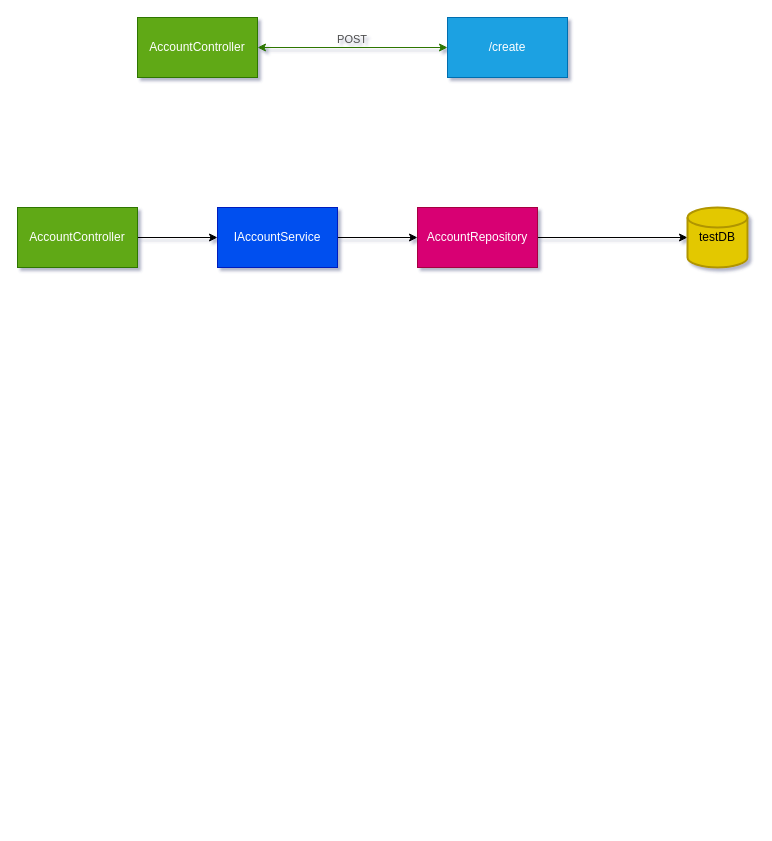
Above: docs/Untitled Diagram.drawio in ccweerasinghe1994/MasterMicroserviceswithSpringBoot-Docker-Kubernetes (draw.io), before the change. Source tidied: cells renumbered, new cells numbered last; positions are measured from the earlier drawing's top-left corner, leaving out a move shared by most shapes. Both pictures are drawn from the tidied source at 100%, with x=0, y=0 at pixel (17, 17).
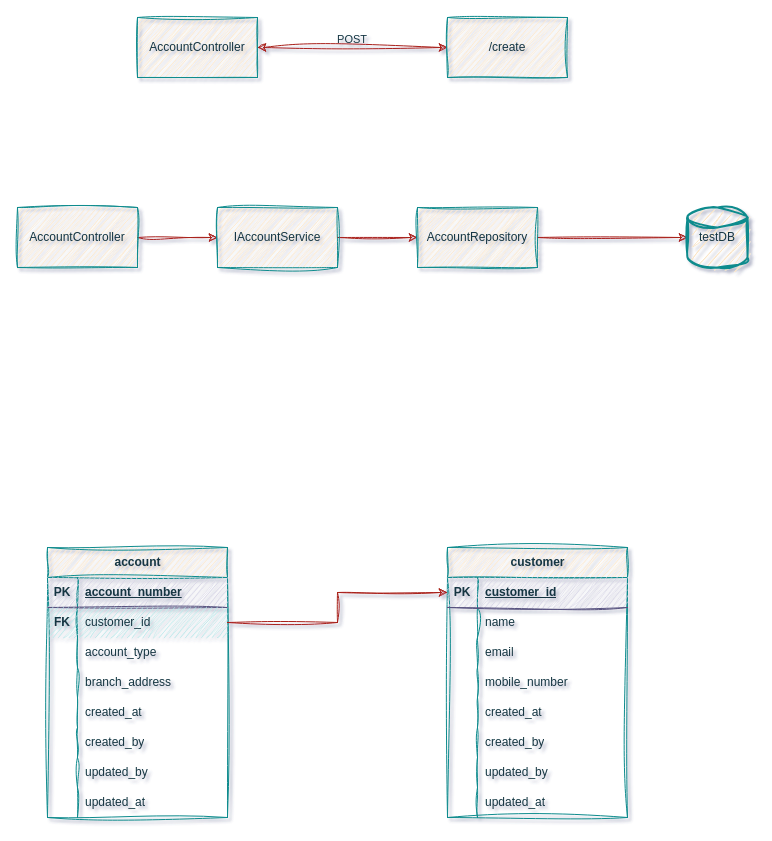
The same page after the edit.

Commit message (it also covers changes not shown here):
finishing the account create method

The edit, as a diff of the source:
```diff
@@
-    <mxCell id="2" style="edgeStyle=orthogonalEdgeStyle;rounded=0;jettySize=auto;html=1;startArrow=classic;startFill=1;fillColor=#60a917;strokeColor=#2D7600;" parent="1" edge="1" source="4" target="5">
+    <mxCell id="2" style="edgeStyle=orthogonalEdgeStyle;rounded=0;jettySize=auto;html=1;startArrow=classic;startFill=1;fillColor=#FAE5C7;strokeColor=#A8201A;sketch=1;curveFitting=1;jiggle=2;labelBackgroundColor=none;fontColor=default;" parent="1" edge="1" source="4" target="5">
       <mxGeometry relative="1" as="geometry" />
     </mxCell>
-    <mxCell id="3" value="POST" style="edgeLabel;html=1;align=right;verticalAlign=bottom;labelPosition=left;verticalLabelPosition=top;textDirection=ltr;labelBackgroundColor=none;textShadow=0;fontColor=#4D4D4D;" parent="2" vertex="1">
+    <mxCell id="3" value="POST" style="edgeLabel;html=1;align=right;verticalAlign=bottom;labelPosition=left;verticalLabelPosition=top;textDirection=ltr;labelBackgroundColor=none;textShadow=0;fontColor=#143642;sketch=1;curveFitting=1;jiggle=2;" parent="2" vertex="1">
       <mxGeometry x="-0.22" y="-1" relative="1" as="geometry">
         <mxPoint x="36" y="-1" as="offset" />
       </mxGeometry>
     </mxCell>
-    <mxCell id="4" value="AccountController" style="rounded=0;whiteSpace=wrap;html=1;fillColor=#60a917;fontColor=#ffffff;strokeColor=#2D7600;" parent="1" vertex="1">
+    <mxCell id="4" value="AccountController" style="rounded=0;whiteSpace=wrap;html=1;fillColor=#FAE5C7;fontColor=#143642;strokeColor=#0F8B8D;sketch=1;curveFitting=1;jiggle=2;labelBackgroundColor=none;" parent="1" vertex="1">
       <mxGeometry x="120" width="120" height="60" as="geometry" />
     </mxCell>
-    <mxCell id="5" value="/create" style="rounded=0;whiteSpace=wrap;html=1;fillColor=#1ba1e2;fontColor=#ffffff;strokeColor=#006EAF;" parent="1" vertex="1">
+    <mxCell id="5" value="/create" style="rounded=0;whiteSpace=wrap;html=1;fillColor=#FAE5C7;fontColor=#143642;strokeColor=#0F8B8D;sketch=1;curveFitting=1;jiggle=2;labelBackgroundColor=none;" parent="1" vertex="1">
       <mxGeometry x="430" width="120" height="60" as="geometry" />
     </mxCell>
-    <mxCell id="6" style="edgeStyle=orthogonalEdgeStyle;rounded=0;jettySize=auto;html=1;" parent="1" edge="1" source="7" target="9">
+    <mxCell id="6" style="edgeStyle=orthogonalEdgeStyle;rounded=0;jettySize=auto;html=1;sketch=1;curveFitting=1;jiggle=2;labelBackgroundColor=none;strokeColor=#A8201A;fontColor=default;" parent="1" edge="1" source="7" target="9">
       <mxGeometry relative="1" as="geometry" />
     </mxCell>
-    <mxCell id="7" value="AccountController" style="rounded=0;whiteSpace=wrap;html=1;fillColor=#60a917;fontColor=#ffffff;strokeColor=#2D7600;" parent="1" vertex="1">
+    <mxCell id="7" value="AccountController" style="rounded=0;whiteSpace=wrap;html=1;fillColor=#FAE5C7;fontColor=#143642;strokeColor=#0F8B8D;sketch=1;curveFitting=1;jiggle=2;labelBackgroundColor=none;" parent="1" vertex="1">
       <mxGeometry y="190" width="120" height="60" as="geometry" />
     </mxCell>
-    <mxCell id="8" style="edgeStyle=orthogonalEdgeStyle;rounded=0;jettySize=auto;html=1;" parent="1" edge="1" source="9" target="11">
+    <mxCell id="8" style="edgeStyle=orthogonalEdgeStyle;rounded=0;jettySize=auto;html=1;sketch=1;curveFitting=1;jiggle=2;labelBackgroundColor=none;strokeColor=#A8201A;fontColor=default;" parent="1" edge="1" source="9" target="11">
       <mxGeometry relative="1" as="geometry" />
     </mxCell>
-    <mxCell id="9" value="IAccountService" style="rounded=0;whiteSpace=wrap;html=1;fillColor=#0050ef;fontColor=#ffffff;strokeColor=#001DBC;" parent="1" vertex="1">
+    <mxCell id="9" value="IAccountService" style="rounded=0;whiteSpace=wrap;html=1;fillColor=#FAE5C7;fontColor=#143642;strokeColor=#0F8B8D;sketch=1;curveFitting=1;jiggle=2;labelBackgroundColor=none;" parent="1" vertex="1">
       <mxGeometry x="200" y="190" width="120" height="60" as="geometry" />
     </mxCell>
-    <mxCell id="10" style="edgeStyle=orthogonalEdgeStyle;rounded=0;jettySize=auto;html=1;" parent="1" edge="1" source="11" target="12">
+    <mxCell id="10" style="edgeStyle=orthogonalEdgeStyle;rounded=0;jettySize=auto;html=1;sketch=1;curveFitting=1;jiggle=2;labelBackgroundColor=none;strokeColor=#A8201A;fontColor=default;" parent="1" edge="1" source="11" target="12">
       <mxGeometry relative="1" as="geometry" />
     </mxCell>
-    <mxCell id="11" value="AccountRepository" style="rounded=0;whiteSpace=wrap;html=1;fillColor=#d80073;fontColor=#ffffff;strokeColor=#A50040;" parent="1" vertex="1">
+    <mxCell id="11" value="AccountRepository" style="rounded=0;whiteSpace=wrap;html=1;fillColor=#FAE5C7;fontColor=#143642;strokeColor=#0F8B8D;sketch=1;curveFitting=1;jiggle=2;labelBackgroundColor=none;" parent="1" vertex="1">
       <mxGeometry x="400" y="190" width="120" height="60" as="geometry" />
     </mxCell>
-    <mxCell id="12" value="testDB" style="strokeWidth=2;html=1;shape=mxgraph.flowchart.database;whiteSpace=wrap;fillColor=#e3c800;fontColor=#000000;strokeColor=#B09500;" parent="1" vertex="1">
+    <mxCell id="12" value="testDB" style="strokeWidth=2;html=1;shape=mxgraph.flowchart.database;whiteSpace=wrap;fillColor=#FAE5C7;fontColor=#143642;strokeColor=#0F8B8D;sketch=1;curveFitting=1;jiggle=2;labelBackgroundColor=none;" parent="1" vertex="1">
       <mxGeometry x="670" y="190" width="60" height="60" as="geometry" />
     </mxCell>
+    <mxCell id="13" value="account" style="shape=table;startSize=30;childLayout=tableLayout;rowLines=0;fontStyle=1;align=center;html=1;swimlaneFillColor=none;fillColor=#FAE5C7;fontColor=#143642;strokeColor=#0F8B8D;strokeWidth=1;sketch=1;curveFitting=1;jiggle=2;labelBackgroundColor=none;" parent="1" vertex="1">
+      <mxGeometry x="30" y="530" width="180" height="270" as="geometry" />
+    </mxCell>
+    <mxCell id="14" style="shape=tableRow;horizontal=0;startSize=0;swimlaneHead=0;swimlaneBody=0;fillColor=#d0cee2;top=0;left=0;right=0;bottom=1;sketch=1;curveFitting=1;jiggle=2;labelBackgroundColor=none;strokeColor=#56517e;" parent="13" vertex="1">
+      <mxGeometry y="30" width="180" height="30" as="geometry" />
+    </mxCell>
+    <mxCell id="15" value="PK" style="shape=partialRectangle;fillColor=none;top=0;left=0;bottom=0;right=0;fontStyle=1;overflow=hidden;whiteSpace=wrap;html=1;sketch=1;curveFitting=1;jiggle=2;labelBackgroundColor=none;strokeColor=#0F8B8D;fontColor=#143642;" parent="14" vertex="1">
+      <mxGeometry width="30" height="30" as="geometry" />
+    </mxCell>
+    <mxCell id="16" value="account_number" style="shape=partialRectangle;fillColor=none;top=0;left=0;bottom=0;right=0;align=left;spacingLeft=6;fontStyle=5;overflow=hidden;whiteSpace=wrap;html=1;sketch=1;curveFitting=1;jiggle=2;labelBackgroundColor=none;strokeColor=#0F8B8D;fontColor=#143642;" parent="14" vertex="1">
+      <mxGeometry x="30" width="150" height="30" as="geometry" />
+    </mxCell>
+    <mxCell id="17" style="shape=tableRow;horizontal=0;startSize=0;swimlaneHead=0;swimlaneBody=0;fillColor=#b0e3e6;points=[[0,0.5],[1,0.5]];portConstraint=eastwest;top=0;left=0;right=0;bottom=0;sketch=1;curveFitting=1;jiggle=2;labelBackgroundColor=none;strokeColor=#0e8088;swimlaneLine=1;shadow=0;labelBorderColor=none;" parent="13" vertex="1">
+      <mxGeometry y="60" width="180" height="30" as="geometry" />
+    </mxCell>
+    <mxCell id="18" value="&lt;b&gt;FK&lt;/b&gt;" style="shape=partialRectangle;fillColor=none;top=0;left=0;bottom=0;right=0;overflow=hidden;whiteSpace=wrap;html=1;sketch=1;curveFitting=1;jiggle=2;labelBackgroundColor=none;strokeColor=#0F8B8D;fontColor=#143642;" parent="17" vertex="1">
+      <mxGeometry width="30" height="30" as="geometry" />
+    </mxCell>
+    <mxCell id="19" value="customer_id" style="shape=partialRectangle;fillColor=none;top=0;left=0;bottom=0;right=0;align=left;spacingLeft=6;overflow=hidden;whiteSpace=wrap;html=1;sketch=1;curveFitting=1;jiggle=2;labelBackgroundColor=none;strokeColor=#0F8B8D;fontColor=#143642;" parent="17" vertex="1">
+      <mxGeometry x="30" width="150" height="30" as="geometry" />
+    </mxCell>
+    <mxCell id="20" style="shape=tableRow;horizontal=0;startSize=0;swimlaneHead=0;swimlaneBody=0;fillColor=none;top=0;left=0;right=0;bottom=0;sketch=1;curveFitting=1;jiggle=2;labelBackgroundColor=none;strokeColor=#0F8B8D;fontColor=#143642;" parent="13" vertex="1">
+      <mxGeometry y="90" width="180" height="30" as="geometry" />
+    </mxCell>
+    <mxCell id="21" style="shape=partialRectangle;fillColor=none;top=0;left=0;bottom=0;right=0;overflow=hidden;whiteSpace=wrap;html=1;sketch=1;curveFitting=1;jiggle=2;labelBackgroundColor=none;strokeColor=#0F8B8D;fontColor=#143642;" parent="20" vertex="1">
+      <mxGeometry width="30" height="30" as="geometry" />
+    </mxCell>
+    <mxCell id="22" value="account_type" style="shape=partialRectangle;fillColor=none;top=0;left=0;bottom=0;right=0;align=left;spacingLeft=6;overflow=hidden;whiteSpace=wrap;html=1;sketch=1;curveFitting=1;jiggle=2;labelBackgroundColor=none;strokeColor=#0F8B8D;fontColor=#143642;" parent="20" vertex="1">
+      <mxGeometry x="30" width="150" height="30" as="geometry" />
+    </mxCell>
+    <mxCell id="23" style="shape=tableRow;horizontal=0;startSize=0;swimlaneHead=0;swimlaneBody=0;fillColor=none;top=0;left=0;right=0;bottom=0;sketch=1;curveFitting=1;jiggle=2;labelBackgroundColor=none;strokeColor=#0F8B8D;fontColor=#143642;" parent="13" vertex="1">
+      <mxGeometry y="120" width="180" height="30" as="geometry" />
+    </mxCell>
+    <mxCell id="24" style="shape=partialRectangle;fillColor=none;top=0;left=0;bottom=0;right=0;overflow=hidden;whiteSpace=wrap;html=1;sketch=1;curveFitting=1;jiggle=2;labelBackgroundColor=none;strokeColor=#0F8B8D;fontColor=#143642;" parent="23" vertex="1">
+      <mxGeometry width="30" height="30" as="geometry" />
+    </mxCell>
+    <mxCell id="25" value="branch_address" style="shape=partialRectangle;fillColor=none;top=0;left=0;bottom=0;right=0;align=left;spacingLeft=6;overflow=hidden;whiteSpace=wrap;html=1;sketch=1;curveFitting=1;jiggle=2;labelBackgroundColor=none;strokeColor=#0F8B8D;fontColor=#143642;" parent="23" vertex="1">
+      <mxGeometry x="30" width="150" height="30" as="geometry" />
+    </mxCell>
+    <mxCell id="26" style="shape=tableRow;horizontal=0;startSize=0;swimlaneHead=0;swimlaneBody=0;fillColor=none;top=0;left=0;right=0;bottom=0;sketch=1;curveFitting=1;jiggle=2;labelBackgroundColor=none;strokeColor=#0F8B8D;fontColor=#143642;" parent="13" vertex="1">
+      <mxGeometry y="150" width="180" height="30" as="geometry" />
+    </mxCell>
+    <mxCell id="27" style="shape=partialRectangle;fillColor=none;top=0;left=0;bottom=0;right=0;overflow=hidden;whiteSpace=wrap;html=1;sketch=1;curveFitting=1;jiggle=2;labelBackgroundColor=none;strokeColor=#0F8B8D;fontColor=#143642;" parent="26" vertex="1">
+      <mxGeometry width="30" height="30" as="geometry" />
+    </mxCell>
+    <mxCell id="28" value="created_at" style="shape=partialRectangle;fillColor=none;top=0;left=0;bottom=0;right=0;align=left;spacingLeft=6;overflow=hidden;whiteSpace=wrap;html=1;sketch=1;curveFitting=1;jiggle=2;labelBackgroundColor=none;strokeColor=#0F8B8D;fontColor=#143642;" parent="26" vertex="1">
+      <mxGeometry x="30" width="150" height="30" as="geometry" />
+    </mxCell>
+    <mxCell id="29" style="shape=tableRow;horizontal=0;startSize=0;swimlaneHead=0;swimlaneBody=0;fillColor=none;top=0;left=0;right=0;bottom=0;sketch=1;curveFitting=1;jiggle=2;labelBackgroundColor=none;strokeColor=#0F8B8D;fontColor=#143642;" parent="13" vertex="1">
+      <mxGeometry y="180" width="180" height="30" as="geometry" />
+    </mxCell>
+    <mxCell id="30" style="shape=partialRectangle;fillColor=none;top=0;left=0;bottom=0;right=0;overflow=hidden;whiteSpace=wrap;html=1;sketch=1;curveFitting=1;jiggle=2;labelBackgroundColor=none;strokeColor=#0F8B8D;fontColor=#143642;" parent="29" vertex="1">
+      <mxGeometry width="30" height="30" as="geometry" />
+    </mxCell>
+    <mxCell id="31" value="created_by" style="shape=partialRectangle;fillColor=none;top=0;left=0;bottom=0;right=0;align=left;spacingLeft=6;overflow=hidden;whiteSpace=wrap;html=1;sketch=1;curveFitting=1;jiggle=2;labelBackgroundColor=none;strokeColor=#0F8B8D;fontColor=#143642;" parent="29" vertex="1">
+      <mxGeometry x="30" width="150" height="30" as="geometry" />
+    </mxCell>
+    <mxCell id="32" style="shape=tableRow;horizontal=0;startSize=0;swimlaneHead=0;swimlaneBody=0;fillColor=none;top=0;left=0;right=0;bottom=0;sketch=1;curveFitting=1;jiggle=2;labelBackgroundColor=none;strokeColor=#0F8B8D;fontColor=#143642;" parent="13" vertex="1">
+      <mxGeometry y="210" width="180" height="30" as="geometry" />
+    </mxCell>
+    <mxCell id="33" style="shape=partialRectangle;fillColor=none;top=0;left=0;bottom=0;right=0;overflow=hidden;whiteSpace=wrap;html=1;sketch=1;curveFitting=1;jiggle=2;labelBackgroundColor=none;strokeColor=#0F8B8D;fontColor=#143642;" parent="32" vertex="1">
+      <mxGeometry width="30" height="30" as="geometry" />
+    </mxCell>
+    <mxCell id="34" value="updated_by" style="shape=partialRectangle;fillColor=none;top=0;left=0;bottom=0;right=0;align=left;spacingLeft=6;overflow=hidden;whiteSpace=wrap;html=1;sketch=1;curveFitting=1;jiggle=2;labelBackgroundColor=none;strokeColor=#0F8B8D;fontColor=#143642;" parent="32" vertex="1">
+      <mxGeometry x="30" width="150" height="30" as="geometry" />
+    </mxCell>
+    <mxCell id="35" style="shape=tableRow;horizontal=0;startSize=0;swimlaneHead=0;swimlaneBody=0;fillColor=none;top=0;left=0;right=0;bottom=0;sketch=1;curveFitting=1;jiggle=2;labelBackgroundColor=none;strokeColor=#0F8B8D;fontColor=#143642;" parent="13" vertex="1">
+      <mxGeometry y="240" width="180" height="30" as="geometry" />
+    </mxCell>
+    <mxCell id="36" style="shape=partialRectangle;fillColor=none;top=0;left=0;bottom=0;right=0;overflow=hidden;whiteSpace=wrap;html=1;sketch=1;curveFitting=1;jiggle=2;labelBackgroundColor=none;strokeColor=#0F8B8D;fontColor=#143642;" parent="35" vertex="1">
+      <mxGeometry width="30" height="30" as="geometry" />
+    </mxCell>
+    <mxCell id="37" value="updated_at" style="shape=partialRectangle;fillColor=none;top=0;left=0;bottom=0;right=0;align=left;spacingLeft=6;overflow=hidden;whiteSpace=wrap;html=1;sketch=1;curveFitting=1;jiggle=2;labelBackgroundColor=none;strokeColor=#0F8B8D;fontColor=#143642;" parent="35" vertex="1">
+      <mxGeometry x="30" width="150" height="30" as="geometry" />
+    </mxCell>
+    <mxCell id="38" value="customer" style="shape=table;startSize=30;childLayout=tableLayout;rowLines=0;fontStyle=1;align=center;html=1;sketch=1;curveFitting=1;jiggle=2;labelBackgroundColor=none;fillColor=#FAE5C7;strokeColor=#0F8B8D;fontColor=#143642;" parent="1" vertex="1">
+      <mxGeometry x="430" y="530" width="180" height="270" as="geometry" />
+    </mxCell>
+    <mxCell id="39" style="shape=tableRow;horizontal=0;startSize=0;swimlaneHead=0;swimlaneBody=0;fillColor=#d0cee2;points=[[0,0.5],[1,0.5]];portConstraint=eastwest;top=0;left=0;right=0;bottom=1;sketch=1;curveFitting=1;jiggle=2;labelBackgroundColor=none;strokeColor=#56517e;" parent="38" vertex="1">
+      <mxGeometry y="30" width="180" height="30" as="geometry" />
+    </mxCell>
+    <mxCell id="40" value="PK" style="shape=partialRectangle;fillColor=none;top=0;left=0;bottom=0;right=0;fontStyle=1;overflow=hidden;whiteSpace=wrap;html=1;sketch=1;curveFitting=1;jiggle=2;labelBackgroundColor=none;strokeColor=#0F8B8D;fontColor=#143642;" parent="39" vertex="1">
+      <mxGeometry width="30" height="30" as="geometry" />
+    </mxCell>
+    <mxCell id="41" value="customer_id" style="shape=partialRectangle;fillColor=none;top=0;left=0;bottom=0;right=0;align=left;spacingLeft=6;fontStyle=5;overflow=hidden;whiteSpace=wrap;html=1;sketch=1;curveFitting=1;jiggle=2;labelBackgroundColor=none;strokeColor=#0F8B8D;fontColor=#143642;" parent="39" vertex="1">
+      <mxGeometry x="30" width="150" height="30" as="geometry" />
+    </mxCell>
+    <mxCell id="42" style="shape=tableRow;horizontal=0;startSize=0;swimlaneHead=0;swimlaneBody=0;fillColor=none;top=0;left=0;right=0;bottom=0;sketch=1;curveFitting=1;jiggle=2;labelBackgroundColor=none;strokeColor=#0F8B8D;fontColor=#143642;" parent="38" vertex="1">
+      <mxGeometry y="60" width="180" height="30" as="geometry" />
+    </mxCell>
+    <mxCell id="43" style="shape=partialRectangle;fillColor=none;top=0;left=0;bottom=0;right=0;overflow=hidden;whiteSpace=wrap;html=1;sketch=1;curveFitting=1;jiggle=2;labelBackgroundColor=none;strokeColor=#0F8B8D;fontColor=#143642;" parent="42" vertex="1">
+      <mxGeometry width="30" height="30" as="geometry" />
+    </mxCell>
+    <mxCell id="44" value="name" style="shape=partialRectangle;fillColor=none;top=0;left=0;bottom=0;right=0;align=left;spacingLeft=6;overflow=hidden;whiteSpace=wrap;html=1;sketch=1;curveFitting=1;jiggle=2;labelBackgroundColor=none;strokeColor=#0F8B8D;fontColor=#143642;" parent="42" vertex="1">
+      <mxGeometry x="30" width="150" height="30" as="geometry" />
+    </mxCell>
+    <mxCell id="45" style="shape=tableRow;horizontal=0;startSize=0;swimlaneHead=0;swimlaneBody=0;fillColor=none;top=0;left=0;right=0;bottom=0;sketch=1;curveFitting=1;jiggle=2;labelBackgroundColor=none;strokeColor=#0F8B8D;fontColor=#143642;" parent="38" vertex="1">
+      <mxGeometry y="90" width="180" height="30" as="geometry" />
+    </mxCell>
+    <mxCell id="46" style="shape=partialRectangle;fillColor=none;top=0;left=0;bottom=0;right=0;overflow=hidden;whiteSpace=wrap;html=1;sketch=1;curveFitting=1;jiggle=2;labelBackgroundColor=none;strokeColor=#0F8B8D;fontColor=#143642;" parent="45" vertex="1">
+      <mxGeometry width="30" height="30" as="geometry" />
+    </mxCell>
+    <mxCell id="47" value="email" style="shape=partialRectangle;fillColor=none;top=0;left=0;bottom=0;right=0;align=left;spacingLeft=6;overflow=hidden;whiteSpace=wrap;html=1;sketch=1;curveFitting=1;jiggle=2;labelBackgroundColor=none;strokeColor=#0F8B8D;fontColor=#143642;" parent="45" vertex="1">
+      <mxGeometry x="30" width="150" height="30" as="geometry" />
+    </mxCell>
+    <mxCell id="48" style="shape=tableRow;horizontal=0;startSize=0;swimlaneHead=0;swimlaneBody=0;fillColor=none;top=0;left=0;right=0;bottom=0;sketch=1;curveFitting=1;jiggle=2;labelBackgroundColor=none;strokeColor=#0F8B8D;fontColor=#143642;" parent="38" vertex="1">
+      <mxGeometry y="120" width="180" height="30" as="geometry" />
+    </mxCell>
+    <mxCell id="49" style="shape=partialRectangle;fillColor=none;top=0;left=0;bottom=0;right=0;overflow=hidden;whiteSpace=wrap;html=1;sketch=1;curveFitting=1;jiggle=2;labelBackgroundColor=none;strokeColor=#0F8B8D;fontColor=#143642;" parent="48" vertex="1">
+      <mxGeometry width="30" height="30" as="geometry" />
+    </mxCell>
+    <mxCell id="50" value="mobile_number" style="shape=partialRectangle;fillColor=none;top=0;left=0;bottom=0;right=0;align=left;spacingLeft=6;overflow=hidden;whiteSpace=wrap;html=1;sketch=1;curveFitting=1;jiggle=2;labelBackgroundColor=none;strokeColor=#0F8B8D;fontColor=#143642;" parent="48" vertex="1">
+      <mxGeometry x="30" width="150" height="30" as="geometry" />
+    </mxCell>
+    <mxCell id="51" style="shape=tableRow;horizontal=0;startSize=0;swimlaneHead=0;swimlaneBody=0;fillColor=none;top=0;left=0;right=0;bottom=0;sketch=1;curveFitting=1;jiggle=2;labelBackgroundColor=none;strokeColor=#0F8B8D;fontColor=#143642;" parent="38" vertex="1">
+      <mxGeometry y="150" width="180" height="30" as="geometry" />
+    </mxCell>
+    <mxCell id="52" style="shape=partialRectangle;fillColor=none;top=0;left=0;bottom=0;right=0;overflow=hidden;whiteSpace=wrap;html=1;sketch=1;curveFitting=1;jiggle=2;labelBackgroundColor=none;strokeColor=#0F8B8D;fontColor=#143642;" parent="51" vertex="1">
+      <mxGeometry width="30" height="30" as="geometry" />
+    </mxCell>
+    <mxCell id="53" value="created_at" style="shape=partialRectangle;fillColor=none;top=0;left=0;bottom=0;right=0;align=left;spacingLeft=6;overflow=hidden;whiteSpace=wrap;html=1;sketch=1;curveFitting=1;jiggle=2;labelBackgroundColor=none;strokeColor=#0F8B8D;fontColor=#143642;" parent="51" vertex="1">
+      <mxGeometry x="30" width="150" height="30" as="geometry" />
+    </mxCell>
+    <mxCell id="54" style="shape=tableRow;horizontal=0;startSize=0;swimlaneHead=0;swimlaneBody=0;fillColor=none;top=0;left=0;right=0;bottom=0;sketch=1;curveFitting=1;jiggle=2;labelBackgroundColor=none;strokeColor=#0F8B8D;fontColor=#143642;" parent="38" vertex="1">
+      <mxGeometry y="180" width="180" height="30" as="geometry" />
+    </mxCell>
+    <mxCell id="55" style="shape=partialRectangle;fillColor=none;top=0;left=0;bottom=0;right=0;overflow=hidden;whiteSpace=wrap;html=1;sketch=1;curveFitting=1;jiggle=2;labelBackgroundColor=none;strokeColor=#0F8B8D;fontColor=#143642;" parent="54" vertex="1">
+      <mxGeometry width="30" height="30" as="geometry" />
+    </mxCell>
+    <mxCell id="56" value="created_by" style="shape=partialRectangle;fillColor=none;top=0;left=0;bottom=0;right=0;align=left;spacingLeft=6;overflow=hidden;whiteSpace=wrap;html=1;sketch=1;curveFitting=1;jiggle=2;labelBackgroundColor=none;strokeColor=#0F8B8D;fontColor=#143642;" parent="54" vertex="1">
+      <mxGeometry x="30" width="150" height="30" as="geometry" />
+    </mxCell>
+    <mxCell id="57" style="shape=tableRow;horizontal=0;startSize=0;swimlaneHead=0;swimlaneBody=0;fillColor=none;top=0;left=0;right=0;bottom=0;sketch=1;curveFitting=1;jiggle=2;labelBackgroundColor=none;strokeColor=#0F8B8D;fontColor=#143642;" parent="38" vertex="1">
+      <mxGeometry y="210" width="180" height="30" as="geometry" />
+    </mxCell>
+    <mxCell id="58" style="shape=partialRectangle;fillColor=none;top=0;left=0;bottom=0;right=0;overflow=hidden;whiteSpace=wrap;html=1;sketch=1;curveFitting=1;jiggle=2;labelBackgroundColor=none;strokeColor=#0F8B8D;fontColor=#143642;" parent="57" vertex="1">
+      <mxGeometry width="30" height="30" as="geometry" />
+    </mxCell>
+    <mxCell id="59" value="updated_by" style="shape=partialRectangle;fillColor=none;top=0;left=0;bottom=0;right=0;align=left;spacingLeft=6;overflow=hidden;whiteSpace=wrap;html=1;sketch=1;curveFitting=1;jiggle=2;labelBackgroundColor=none;strokeColor=#0F8B8D;fontColor=#143642;" parent="57" vertex="1">
+      <mxGeometry x="30" width="150" height="30" as="geometry" />
+    </mxCell>
+    <mxCell id="60" style="shape=tableRow;horizontal=0;startSize=0;swimlaneHead=0;swimlaneBody=0;fillColor=none;top=0;left=0;right=0;bottom=0;sketch=1;curveFitting=1;jiggle=2;labelBackgroundColor=none;strokeColor=#0F8B8D;fontColor=#143642;" parent="38" vertex="1">
+      <mxGeometry y="240" width="180" height="30" as="geometry" />
+    </mxCell>
+    <mxCell id="61" style="shape=partialRectangle;fillColor=none;top=0;left=0;bottom=0;right=0;overflow=hidden;whiteSpace=wrap;html=1;sketch=1;curveFitting=1;jiggle=2;labelBackgroundColor=none;strokeColor=#0F8B8D;fontColor=#143642;" parent="60" vertex="1">
+      <mxGeometry width="30" height="30" as="geometry" />
+    </mxCell>
+    <mxCell id="62" value="updated_at" style="shape=partialRectangle;fillColor=none;top=0;left=0;bottom=0;right=0;align=left;spacingLeft=6;overflow=hidden;whiteSpace=wrap;html=1;sketch=1;curveFitting=1;jiggle=2;labelBackgroundColor=none;strokeColor=#0F8B8D;fontColor=#143642;" parent="60" vertex="1">
+      <mxGeometry x="30" width="150" height="30" as="geometry" />
+    </mxCell>
+    <mxCell id="63" style="edgeStyle=orthogonalEdgeStyle;rounded=0;jettySize=auto;html=1;sketch=1;curveFitting=1;jiggle=2;labelBackgroundColor=none;strokeColor=#A8201A;fontColor=default;" parent="1" edge="1" source="17" target="39">
+      <mxGeometry relative="1" as="geometry" />
+    </mxCell>
```
